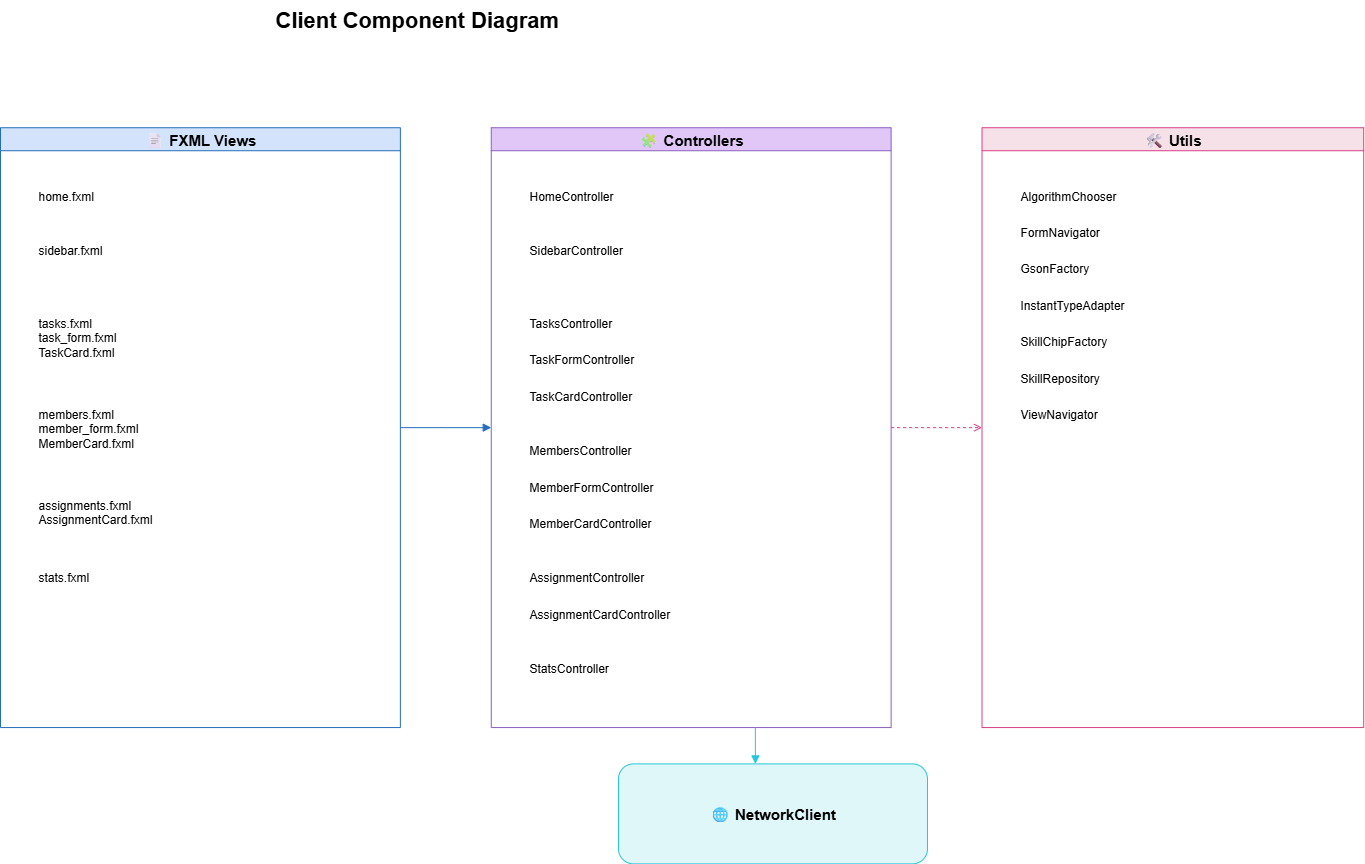
Above: docs/Diagrams/UI Navigation Map.png in YehonatanRavoach/SmartSchedulerApp (draw.io), before the change. Source tidied: cells renumbered, new cells last; positions are measured from the earlier drawing's top-left corner, leaving out a move shared by most shapes. Its diagram source:
```xml
<mxGraphModel>
  <root>
    <mxCell id="0" />
    <mxCell id="1" parent="0" />
    <mxCell id="2" style="group;" parent="1" vertex="1">
      <mxGeometry width="1363.2" height="863.4" as="geometry" />
    </mxCell>
    <mxCell id="3" value="📄 FXML Views" style="swimlane;fillColor=#D4E3FC;strokeColor=#246EB9;fontSize=15;fontStyle=1;" parent="2" vertex="1">
      <mxGeometry y="127.2" width="399.9" height="599.8" as="geometry" />
    </mxCell>
    <mxCell id="4" value="home.fxml" style="text;html=1;" parent="3" vertex="1">
      <mxGeometry x="36.4" y="54.5" width="181.8" height="36.4" as="geometry" />
    </mxCell>
    <mxCell id="5" value="sidebar.fxml" style="text;html=1;" parent="3" vertex="1">
      <mxGeometry x="36.4" y="109.1" width="181.8" height="36.4" as="geometry" />
    </mxCell>
    <mxCell id="6" value="tasks.fxml&#10;task_form.fxml&#10;TaskCard.fxml" style="text;html=1;" parent="3" vertex="1">
      <mxGeometry x="36.4" y="181.8" width="199.9" height="72.7" as="geometry" />
    </mxCell>
    <mxCell id="7" value="members.fxml&#10;member_form.fxml&#10;MemberCard.fxml" style="text;html=1;" parent="3" vertex="1">
      <mxGeometry x="36.4" y="272.6" width="199.9" height="72.7" as="geometry" />
    </mxCell>
    <mxCell id="8" value="assignments.fxml&#10;AssignmentCard.fxml" style="text;html=1;" parent="3" vertex="1">
      <mxGeometry x="36.4" y="363.5" width="199.9" height="54.5" as="geometry" />
    </mxCell>
    <mxCell id="9" value="stats.fxml" style="text;html=1;" parent="3" vertex="1">
      <mxGeometry x="36.4" y="436.2" width="181.8" height="36.4" as="geometry" />
    </mxCell>
    <mxCell id="10" value="🧩 Controllers" style="swimlane;fillColor=#E1C7F7;strokeColor=#8B5FBF;fontSize=15;fontStyle=1;" parent="2" vertex="1">
      <mxGeometry x="490.8" y="127.2" width="399.9" height="599.8" as="geometry" />
    </mxCell>
    <mxCell id="11" value="HomeController" style="text;html=1;" parent="10" vertex="1">
      <mxGeometry x="36.4" y="54.5" width="218.1" height="36.4" as="geometry" />
    </mxCell>
    <mxCell id="12" value="SidebarController" style="text;html=1;" parent="10" vertex="1">
      <mxGeometry x="36.4" y="109.1" width="218.1" height="36.4" as="geometry" />
    </mxCell>
    <mxCell id="13" value="TasksController" style="text;html=1;" parent="10" vertex="1">
      <mxGeometry x="36.4" y="181.8" width="218.1" height="36.4" as="geometry" />
    </mxCell>
    <mxCell id="14" value="TaskFormController" style="text;html=1;" parent="10" vertex="1">
      <mxGeometry x="36.4" y="218.1" width="218.1" height="36.4" as="geometry" />
    </mxCell>
    <mxCell id="15" value="TaskCardController" style="text;html=1;" parent="10" vertex="1">
      <mxGeometry x="36.4" y="254.5" width="218.1" height="36.4" as="geometry" />
    </mxCell>
    <mxCell id="16" value="MembersController" style="text;html=1;" parent="10" vertex="1">
      <mxGeometry x="36.4" y="309" width="218.1" height="36.4" as="geometry" />
    </mxCell>
    <mxCell id="17" value="MemberFormController" style="text;html=1;" parent="10" vertex="1">
      <mxGeometry x="36.4" y="345.3" width="218.1" height="36.4" as="geometry" />
    </mxCell>
    <mxCell id="18" value="MemberCardController" style="text;html=1;" parent="10" vertex="1">
      <mxGeometry x="36.4" y="381.7" width="218.1" height="36.4" as="geometry" />
    </mxCell>
    <mxCell id="19" value="AssignmentController" style="text;html=1;" parent="10" vertex="1">
      <mxGeometry x="36.4" y="436.2" width="218.1" height="36.4" as="geometry" />
    </mxCell>
    <mxCell id="20" value="AssignmentCardController" style="text;html=1;" parent="10" vertex="1">
      <mxGeometry x="36.4" y="472.6" width="218.1" height="36.4" as="geometry" />
    </mxCell>
    <mxCell id="21" value="StatsController" style="text;html=1;" parent="10" vertex="1">
      <mxGeometry x="36.4" y="527.1" width="218.1" height="36.4" as="geometry" />
    </mxCell>
    <mxCell id="22" value="🛠️ Utils" style="swimlane;fillColor=#F7E1E9;strokeColor=#D93F87;fontSize=15;fontStyle=1;" parent="2" vertex="1">
      <mxGeometry x="981.5" y="127.2" width="381.7" height="599.8" as="geometry" />
    </mxCell>
    <mxCell id="23" value="AlgorithmChooser" style="text;html=1;" parent="22" vertex="1">
      <mxGeometry x="36.4" y="54.5" width="199.9" height="36.4" as="geometry" />
    </mxCell>
    <mxCell id="24" value="FormNavigator" style="text;html=1;" parent="22" vertex="1">
      <mxGeometry x="36.4" y="90.9" width="199.9" height="36.4" as="geometry" />
    </mxCell>
    <mxCell id="25" value="GsonFactory" style="text;html=1;" parent="22" vertex="1">
      <mxGeometry x="36.4" y="127.2" width="199.9" height="36.4" as="geometry" />
    </mxCell>
    <mxCell id="26" value="InstantTypeAdapter" style="text;html=1;" parent="22" vertex="1">
      <mxGeometry x="36.4" y="163.6" width="199.9" height="36.4" as="geometry" />
    </mxCell>
    <mxCell id="27" value="SkillChipFactory" style="text;html=1;" parent="22" vertex="1">
      <mxGeometry x="36.4" y="199.9" width="199.9" height="36.4" as="geometry" />
    </mxCell>
    <mxCell id="28" value="SkillRepository" style="text;html=1;" parent="22" vertex="1">
      <mxGeometry x="36.4" y="236.3" width="199.9" height="36.4" as="geometry" />
    </mxCell>
    <mxCell id="29" value="ViewNavigator" style="text;html=1;" parent="22" vertex="1">
      <mxGeometry x="36.4" y="272.6" width="199.9" height="36.4" as="geometry" />
    </mxCell>
    <mxCell id="30" value="🌐 NetworkClient" style="rounded=1;whiteSpace=wrap;html=1;fillColor=#E0F7FA;strokeColor=#26C6DA;fontSize=15;fontStyle=1;" parent="2" vertex="1">
      <mxGeometry x="618" y="763.4" width="309" height="100" as="geometry" />
    </mxCell>
    <mxCell id="31" style="edgeStyle=elbowEdgeStyle;rounded=0;endArrow=block;endFill=1;strokeColor=#246EB9;html=1;" parent="2" edge="1" source="3" target="10">
      <mxGeometry relative="1" as="geometry" />
    </mxCell>
    <mxCell id="32" style="edgeStyle=elbowEdgeStyle;rounded=0;endArrow=block;endFill=1;strokeColor=#26C6DA;html=1;" parent="2" edge="1" source="10" target="30">
      <mxGeometry relative="1" as="geometry" />
    </mxCell>
    <mxCell id="33" style="edgeStyle=elbowEdgeStyle;rounded=0;endArrow=open;dashed=1;endFill=0;strokeColor=#D93F87;html=1;" parent="2" edge="1" source="10" target="22">
      <mxGeometry relative="1" as="geometry" />
    </mxCell>
    <mxCell id="34" value="Client Component Diagram" style="text;html=1;strokeColor=none;fillColor=none;fontSize=22;fontStyle=1;" parent="2" vertex="1">
      <mxGeometry x="272.6" width="636.2" height="72.7" as="geometry" />
    </mxCell>
  </root>
</mxGraphModel>
```
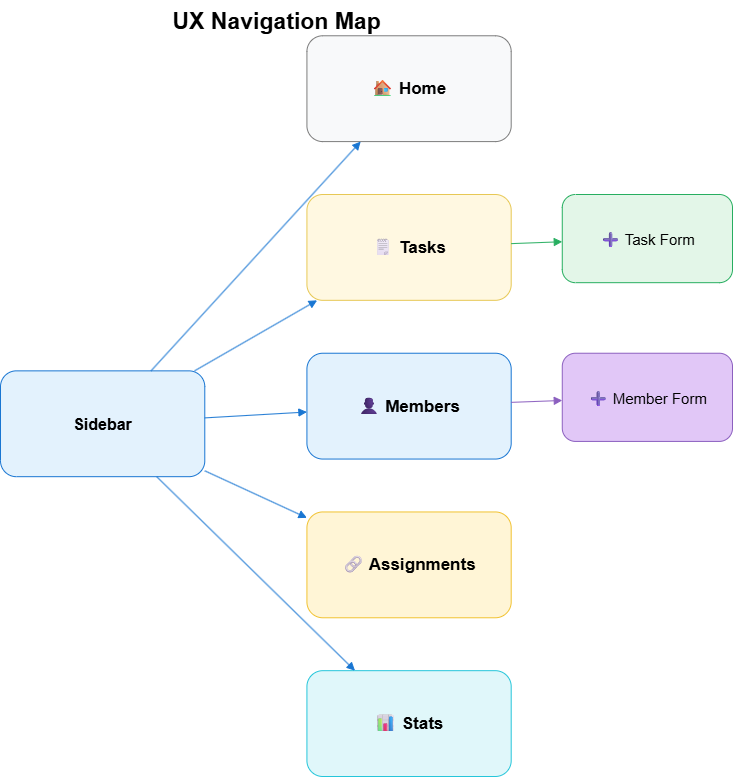
Above is the later version.

The edit, as a diff of the source:
```diff
@@ -2,104 +2,56 @@
   <root>
     <mxCell id="0" />
     <mxCell id="1" parent="0" />
-    <mxCell id="2" style="group;" parent="1" vertex="1">
-      <mxGeometry width="1363.2" height="863.4" as="geometry" />
-    </mxCell>
-    <mxCell id="3" value="📄 FXML Views" style="swimlane;fillColor=#D4E3FC;strokeColor=#246EB9;fontSize=15;fontStyle=1;" parent="2" vertex="1">
-      <mxGeometry y="127.2" width="399.9" height="599.8" as="geometry" />
-    </mxCell>
-    <mxCell id="4" value="home.fxml" style="text;html=1;" parent="3" vertex="1">
-      <mxGeometry x="36.4" y="54.5" width="181.8" height="36.4" as="geometry" />
-    </mxCell>
-    <mxCell id="5" value="sidebar.fxml" style="text;html=1;" parent="3" vertex="1">
-      <mxGeometry x="36.4" y="109.1" width="181.8" height="36.4" as="geometry" />
-    </mxCell>
-    <mxCell id="6" value="tasks.fxml&#10;task_form.fxml&#10;TaskCard.fxml" style="text;html=1;" parent="3" vertex="1">
-      <mxGeometry x="36.4" y="181.8" width="199.9" height="72.7" as="geometry" />
-    </mxCell>
-    <mxCell id="7" value="members.fxml&#10;member_form.fxml&#10;MemberCard.fxml" style="text;html=1;" parent="3" vertex="1">
-      <mxGeometry x="36.4" y="272.6" width="199.9" height="72.7" as="geometry" />
-    </mxCell>
-    <mxCell id="8" value="assignments.fxml&#10;AssignmentCard.fxml" style="text;html=1;" parent="3" vertex="1">
-      <mxGeometry x="36.4" y="363.5" width="199.9" height="54.5" as="geometry" />
-    </mxCell>
-    <mxCell id="9" value="stats.fxml" style="text;html=1;" parent="3" vertex="1">
-      <mxGeometry x="36.4" y="436.2" width="181.8" height="36.4" as="geometry" />
-    </mxCell>
-    <mxCell id="10" value="🧩 Controllers" style="swimlane;fillColor=#E1C7F7;strokeColor=#8B5FBF;fontSize=15;fontStyle=1;" parent="2" vertex="1">
-      <mxGeometry x="490.8" y="127.2" width="399.9" height="599.8" as="geometry" />
-    </mxCell>
-    <mxCell id="11" value="HomeController" style="text;html=1;" parent="10" vertex="1">
-      <mxGeometry x="36.4" y="54.5" width="218.1" height="36.4" as="geometry" />
-    </mxCell>
-    <mxCell id="12" value="SidebarController" style="text;html=1;" parent="10" vertex="1">
-      <mxGeometry x="36.4" y="109.1" width="218.1" height="36.4" as="geometry" />
-    </mxCell>
-    <mxCell id="13" value="TasksController" style="text;html=1;" parent="10" vertex="1">
-      <mxGeometry x="36.4" y="181.8" width="218.1" height="36.4" as="geometry" />
-    </mxCell>
-    <mxCell id="14" value="TaskFormController" style="text;html=1;" parent="10" vertex="1">
-      <mxGeometry x="36.4" y="218.1" width="218.1" height="36.4" as="geometry" />
-    </mxCell>
-    <mxCell id="15" value="TaskCardController" style="text;html=1;" parent="10" vertex="1">
-      <mxGeometry x="36.4" y="254.5" width="218.1" height="36.4" as="geometry" />
-    </mxCell>
-    <mxCell id="16" value="MembersController" style="text;html=1;" parent="10" vertex="1">
-      <mxGeometry x="36.4" y="309" width="218.1" height="36.4" as="geometry" />
-    </mxCell>
-    <mxCell id="17" value="MemberFormController" style="text;html=1;" parent="10" vertex="1">
-      <mxGeometry x="36.4" y="345.3" width="218.1" height="36.4" as="geometry" />
-    </mxCell>
-    <mxCell id="18" value="MemberCardController" style="text;html=1;" parent="10" vertex="1">
-      <mxGeometry x="36.4" y="381.7" width="218.1" height="36.4" as="geometry" />
-    </mxCell>
-    <mxCell id="19" value="AssignmentController" style="text;html=1;" parent="10" vertex="1">
-      <mxGeometry x="36.4" y="436.2" width="218.1" height="36.4" as="geometry" />
-    </mxCell>
-    <mxCell id="20" value="AssignmentCardController" style="text;html=1;" parent="10" vertex="1">
-      <mxGeometry x="36.4" y="472.6" width="218.1" height="36.4" as="geometry" />
-    </mxCell>
-    <mxCell id="21" value="StatsController" style="text;html=1;" parent="10" vertex="1">
-      <mxGeometry x="36.4" y="527.1" width="218.1" height="36.4" as="geometry" />
-    </mxCell>
-    <mxCell id="22" value="🛠️ Utils" style="swimlane;fillColor=#F7E1E9;strokeColor=#D93F87;fontSize=15;fontStyle=1;" parent="2" vertex="1">
-      <mxGeometry x="981.5" y="127.2" width="381.7" height="599.8" as="geometry" />
-    </mxCell>
-    <mxCell id="23" value="AlgorithmChooser" style="text;html=1;" parent="22" vertex="1">
-      <mxGeometry x="36.4" y="54.5" width="199.9" height="36.4" as="geometry" />
-    </mxCell>
-    <mxCell id="24" value="FormNavigator" style="text;html=1;" parent="22" vertex="1">
-      <mxGeometry x="36.4" y="90.9" width="199.9" height="36.4" as="geometry" />
-    </mxCell>
-    <mxCell id="25" value="GsonFactory" style="text;html=1;" parent="22" vertex="1">
-      <mxGeometry x="36.4" y="127.2" width="199.9" height="36.4" as="geometry" />
-    </mxCell>
-    <mxCell id="26" value="InstantTypeAdapter" style="text;html=1;" parent="22" vertex="1">
-      <mxGeometry x="36.4" y="163.6" width="199.9" height="36.4" as="geometry" />
-    </mxCell>
-    <mxCell id="27" value="SkillChipFactory" style="text;html=1;" parent="22" vertex="1">
-      <mxGeometry x="36.4" y="199.9" width="199.9" height="36.4" as="geometry" />
-    </mxCell>
-    <mxCell id="28" value="SkillRepository" style="text;html=1;" parent="22" vertex="1">
-      <mxGeometry x="36.4" y="236.3" width="199.9" height="36.4" as="geometry" />
-    </mxCell>
-    <mxCell id="29" value="ViewNavigator" style="text;html=1;" parent="22" vertex="1">
-      <mxGeometry x="36.4" y="272.6" width="199.9" height="36.4" as="geometry" />
-    </mxCell>
-    <mxCell id="30" value="🌐 NetworkClient" style="rounded=1;whiteSpace=wrap;html=1;fillColor=#E0F7FA;strokeColor=#26C6DA;fontSize=15;fontStyle=1;" parent="2" vertex="1">
-      <mxGeometry x="618" y="763.4" width="309" height="100" as="geometry" />
-    </mxCell>
-    <mxCell id="31" style="edgeStyle=elbowEdgeStyle;rounded=0;endArrow=block;endFill=1;strokeColor=#246EB9;html=1;" parent="2" edge="1" source="3" target="10">
-      <mxGeometry relative="1" as="geometry" />
-    </mxCell>
-    <mxCell id="32" style="edgeStyle=elbowEdgeStyle;rounded=0;endArrow=block;endFill=1;strokeColor=#26C6DA;html=1;" parent="2" edge="1" source="10" target="30">
-      <mxGeometry relative="1" as="geometry" />
-    </mxCell>
-    <mxCell id="33" style="edgeStyle=elbowEdgeStyle;rounded=0;endArrow=open;dashed=1;endFill=0;strokeColor=#D93F87;html=1;" parent="2" edge="1" source="10" target="22">
-      <mxGeometry relative="1" as="geometry" />
-    </mxCell>
-    <mxCell id="34" value="Client Component Diagram" style="text;html=1;strokeColor=none;fillColor=none;fontSize=22;fontStyle=1;" parent="2" vertex="1">
-      <mxGeometry x="272.6" width="636.2" height="72.7" as="geometry" />
-    </mxCell>
+    <mxCell id="35" style="group;" parent="1" vertex="1">
+      <mxGeometry x="-137" y="116" width="732" height="776" as="geometry" />
+    </mxCell>
+    <mxCell id="36" value="Sidebar" style="rounded=1;whiteSpace=wrap;html=1;fillColor=#E3F2FD;strokeColor=#1976D2;fontSize=16;fontStyle=1;" parent="35" vertex="1">
+      <mxGeometry y="370.4" width="204.3" height="105.8" as="geometry" />
+    </mxCell>
+    <mxCell id="37" value="🏠 Home" style="rounded=1;whiteSpace=wrap;html=1;fillColor=#F8F9FA;strokeColor=#7C7C7C;fontSize=17;fontStyle=1;" parent="35" vertex="1">
+      <mxGeometry x="306.4" y="35.3" width="204.3" height="105.8" as="geometry" />
+    </mxCell>
+    <mxCell id="38" value="🗒️ Tasks" style="rounded=1;whiteSpace=wrap;html=1;fillColor=#FFF8E1;strokeColor=#E7C855;fontSize=17;fontStyle=1;" parent="35" vertex="1">
+      <mxGeometry x="306.4" y="194" width="204.3" height="105.8" as="geometry" />
+    </mxCell>
+    <mxCell id="39" value="➕ Task Form" style="rounded=1;whiteSpace=wrap;html=1;fillColor=#E3F6E8;strokeColor=#27AE60;fontSize=15;" parent="35" vertex="1">
+      <mxGeometry x="561.8" y="194" width="170.2" height="88.2" as="geometry" />
+    </mxCell>
+    <mxCell id="40" value="👤 Members" style="rounded=1;whiteSpace=wrap;html=1;fillColor=#E3F2FD;strokeColor=#1976D2;fontSize=17;fontStyle=1;" parent="35" vertex="1">
+      <mxGeometry x="306.4" y="352.7" width="204.3" height="105.8" as="geometry" />
+    </mxCell>
+    <mxCell id="41" value="➕ Member Form" style="rounded=1;whiteSpace=wrap;html=1;fillColor=#E1C7F7;strokeColor=#8B5FBF;fontSize=15;" parent="35" vertex="1">
+      <mxGeometry x="561.8" y="352.7" width="170.2" height="88.2" as="geometry" />
+    </mxCell>
+    <mxCell id="42" value="🔗 Assignments" style="rounded=1;whiteSpace=wrap;html=1;fillColor=#FFF5D6;strokeColor=#F1C232;fontSize=17;fontStyle=1;" parent="35" vertex="1">
+      <mxGeometry x="306.4" y="511.5" width="204.3" height="105.8" as="geometry" />
+    </mxCell>
+    <mxCell id="43" value="📊 Stats" style="rounded=1;whiteSpace=wrap;html=1;fillColor=#E0F7FA;strokeColor=#26C6DA;fontSize=17;fontStyle=1;" parent="35" vertex="1">
+      <mxGeometry x="306.4" y="670.2" width="204.3" height="105.8" as="geometry" />
+    </mxCell>
+    <mxCell id="44" style="endArrow=block;endFill=1;strokeColor=#1976D2;html=1;" parent="35" edge="1" source="36" target="37">
+      <mxGeometry relative="1" as="geometry" />
+    </mxCell>
+    <mxCell id="45" style="endArrow=block;endFill=1;strokeColor=#1976D2;html=1;" parent="35" edge="1" source="36" target="38">
+      <mxGeometry relative="1" as="geometry" />
+    </mxCell>
+    <mxCell id="46" style="endArrow=block;endFill=1;strokeColor=#1976D2;html=1;" parent="35" edge="1" source="36" target="40">
+      <mxGeometry relative="1" as="geometry" />
+    </mxCell>
+    <mxCell id="47" style="endArrow=block;endFill=1;strokeColor=#1976D2;html=1;" parent="35" edge="1" source="36" target="42">
+      <mxGeometry relative="1" as="geometry" />
+    </mxCell>
+    <mxCell id="48" style="endArrow=block;endFill=1;strokeColor=#1976D2;html=1;" parent="35" edge="1" source="36" target="43">
+      <mxGeometry relative="1" as="geometry" />
+    </mxCell>
+    <mxCell id="49" style="endArrow=block;endFill=1;strokeColor=#27AE60;html=1;" parent="35" edge="1" source="38" target="39">
+      <mxGeometry relative="1" as="geometry" />
+    </mxCell>
+    <mxCell id="50" style="endArrow=block;endFill=1;strokeColor=#8B5FBF;html=1;" parent="35" edge="1" source="40" target="41">
+      <mxGeometry relative="1" as="geometry" />
+    </mxCell>
+    <mxCell id="51" value="UX Navigation Map" style="text;html=1;strokeColor=none;fillColor=none;fontSize=23;fontStyle=1;" parent="35" vertex="1">
+      <mxGeometry x="170.2" width="544.7" height="52.9" as="geometry" />
+    </mxCell>
   </root>
 </mxGraphModel>
```
